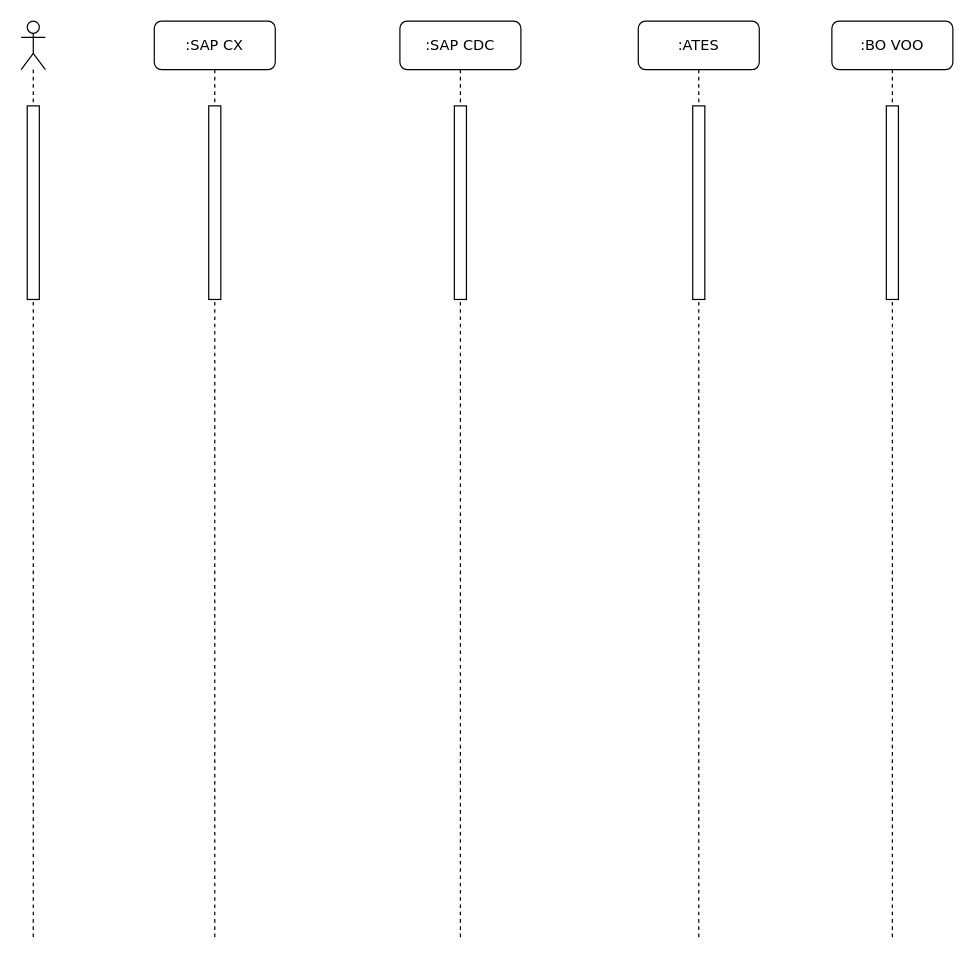
This is page "OPIDC-GetIndivInfo" (2 of 2) of SeqDiagram-CX-VOO-CDC.drawio from MudBloodArchitekt/draw.io, a draw.io file, before an edit. Source tidied: cells renumbered, new cells numbered last; positions are measured from the earlier drawing's top-left corner, leaving out a move shared by most shapes. Both pictures are drawn from the tidied source at 121%, with x=0, y=0 at pixel (21, 21).
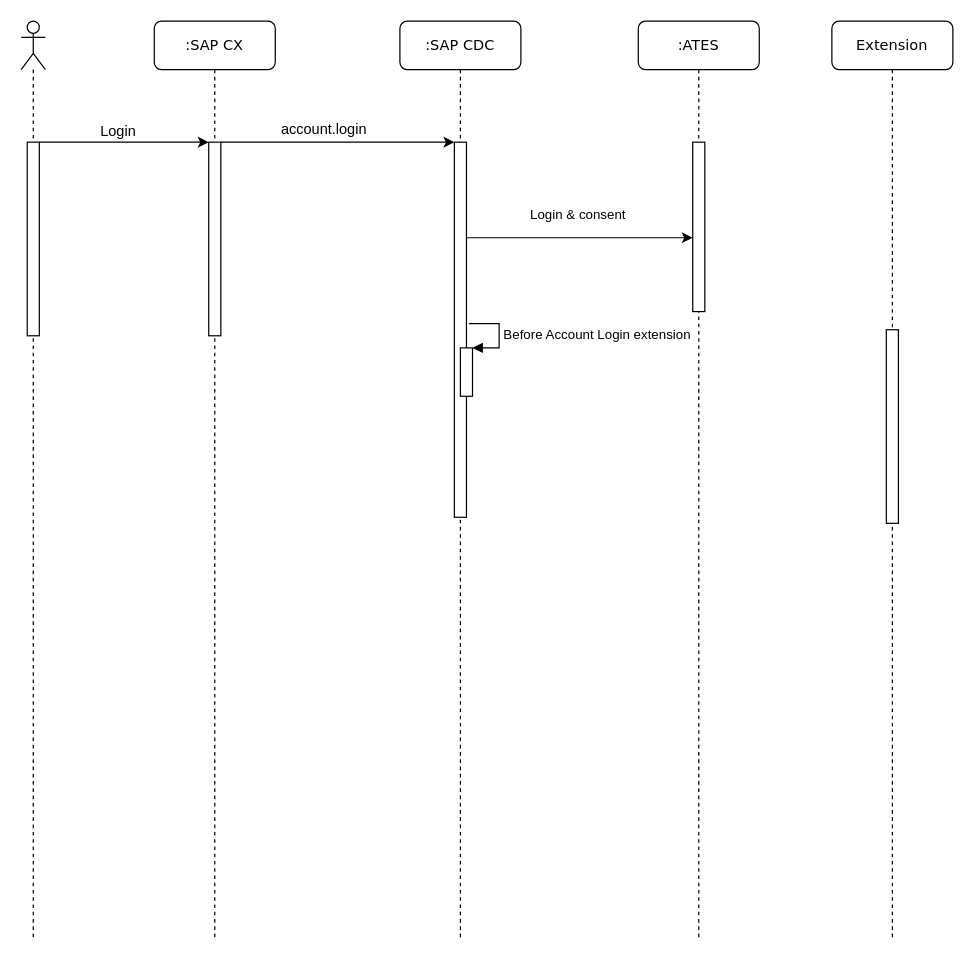
The same diagram, later.

Unchanged cells that the change refers to:
```xml
<mxCell id="2" value=":SAP CX" style="shape=umlLifeline;perimeter=lifelinePerimeter;whiteSpace=wrap;html=1;rounded=1;shadow=0;comic=0;labelBackgroundColor=none;strokeWidth=1;fontFamily=Verdana;fontSize=12;align=center;" parent="1" vertex="1">
  <mxGeometry x="110" width="100" height="760" as="geometry" />
</mxCell>
<mxCell id="4" value=":SAP CDC" style="shape=umlLifeline;perimeter=lifelinePerimeter;whiteSpace=wrap;html=1;rounded=1;shadow=0;comic=0;labelBackgroundColor=none;strokeWidth=1;fontFamily=Verdana;fontSize=12;align=center;" parent="1" vertex="1">
  <mxGeometry x="313" width="100" height="760" as="geometry" />
</mxCell>
<mxCell id="6" style="shape=umlLifeline;participant=umlActor;perimeter=lifelinePerimeter;whiteSpace=wrap;html=1;verticalAlign=top;spacingTop=36;" parent="1" vertex="1">
  <mxGeometry width="20" height="760" as="geometry" />
</mxCell>
<mxCell id="8" value=":ATES" style="shape=umlLifeline;perimeter=lifelinePerimeter;whiteSpace=wrap;html=1;rounded=1;shadow=0;comic=0;labelBackgroundColor=none;strokeWidth=1;fontFamily=Verdana;fontSize=12;align=center;" parent="1" vertex="1">
  <mxGeometry x="510" width="100" height="760" as="geometry" />
</mxCell>
```

What changed in the source:
```diff
@@
     <mxCell id="3" style="html=1;perimeter=orthogonalPerimeter;" parent="2" vertex="1">
-      <mxGeometry x="45" y="70" width="10" height="160" as="geometry" />
+      <mxGeometry x="45" y="100" width="10" height="160" as="geometry" />
     </mxCell>
@@
     <mxCell id="5" style="html=1;perimeter=orthogonalPerimeter;" parent="4" vertex="1">
-      <mxGeometry x="45" y="70" width="10" height="160" as="geometry" />
+      <mxGeometry x="45" y="100" width="10" height="310" as="geometry" />
     </mxCell>
@@
     <mxCell id="7" style="html=1;perimeter=orthogonalPerimeter;" parent="6" vertex="1">
-      <mxGeometry x="5" y="70" width="10" height="160" as="geometry" />
+      <mxGeometry x="5" y="100" width="10" height="160" as="geometry" />
     </mxCell>
@@
     <mxCell id="9" style="html=1;perimeter=orthogonalPerimeter;" parent="8" vertex="1">
-      <mxGeometry x="45" y="70" width="10" height="160" as="geometry" />
+      <mxGeometry x="45" y="100" width="10" height="140" as="geometry" />
     </mxCell>
-    <mxCell id="10" value=":BO VOO" style="shape=umlLifeline;perimeter=lifelinePerimeter;whiteSpace=wrap;html=1;rounded=1;shadow=0;comic=0;labelBackgroundColor=none;strokeWidth=1;fontFamily=Verdana;fontSize=12;align=center;" parent="1" vertex="1">
+    <mxCell id="10" value="Extension" style="shape=umlLifeline;perimeter=lifelinePerimeter;whiteSpace=wrap;html=1;rounded=1;shadow=0;comic=0;labelBackgroundColor=none;strokeWidth=1;fontFamily=Verdana;fontSize=12;align=center;" parent="1" vertex="1">
       <mxGeometry x="670" width="100" height="760" as="geometry" />
     </mxCell>
     <mxCell id="11" style="html=1;perimeter=orthogonalPerimeter;" parent="10" vertex="1">
-      <mxGeometry x="45" y="70" width="10" height="160" as="geometry" />
+      <mxGeometry x="45" y="255" width="10" height="160" as="geometry" />
     </mxCell>
+    <mxCell id="12" style="edgeStyle=orthogonalEdgeStyle;rounded=0;orthogonalLoop=1;jettySize=auto;html=1;" parent="1" edge="1">
+      <mxGeometry relative="1" as="geometry">
+        <mxPoint x="15" y="100" as="sourcePoint" />
+        <mxPoint x="155" y="100" as="targetPoint" />
+      </mxGeometry>
+    </mxCell>
+    <mxCell id="13" style="edgeStyle=orthogonalEdgeStyle;rounded=0;orthogonalLoop=1;jettySize=auto;html=1;entryX=0;entryY=0.5;entryDx=0;entryDy=0;entryPerimeter=0;" parent="1" edge="1">
+      <mxGeometry relative="1" as="geometry">
+        <mxPoint x="165" y="100" as="sourcePoint" />
+        <mxPoint x="358" y="100" as="targetPoint" />
+      </mxGeometry>
+    </mxCell>
+    <mxCell id="14" value="Login &amp;amp; consent" style="edgeStyle=orthogonalEdgeStyle;rounded=0;orthogonalLoop=1;jettySize=auto;html=1;" parent="1" edge="1">
+      <mxGeometry x="-0.02" y="19" relative="1" as="geometry">
+        <mxPoint x="368" y="179" as="sourcePoint" />
+        <mxPoint x="555" y="179" as="targetPoint" />
+        <Array as="points">
+          <mxPoint x="450" y="179" />
+          <mxPoint x="450" y="179" />
+        </Array>
+      </mxGeometry>
+    </mxCell>
+    <mxCell id="15" value="Login" style="text;html=1;align=center;verticalAlign=middle;" parent="1" vertex="1">
+      <mxGeometry x="60" y="81" width="40" height="20" as="geometry" />
+    </mxCell>
+    <mxCell id="16" value="account.login" style="text;html=1;align=center;verticalAlign=middle;" parent="1" vertex="1">
+      <mxGeometry x="205" y="80" width="90" height="20" as="geometry" />
+    </mxCell>
+    <mxCell id="17" style="html=1;points=[];perimeter=orthogonalPerimeter;" parent="1" vertex="1">
+      <mxGeometry x="363" y="270" width="10" height="40" as="geometry" />
+    </mxCell>
+    <mxCell id="18" value="Before Account Login extension" style="edgeStyle=orthogonalEdgeStyle;html=1;align=left;spacingLeft=2;endArrow=block;rounded=0;entryX=1;entryY=0;" parent="1" edge="1" target="17">
+      <mxGeometry relative="1" as="geometry">
+        <mxPoint x="370" y="250" as="sourcePoint" />
+        <Array as="points">
+          <mxPoint x="395" y="250" />
+        </Array>
+      </mxGeometry>
+    </mxCell>
```
